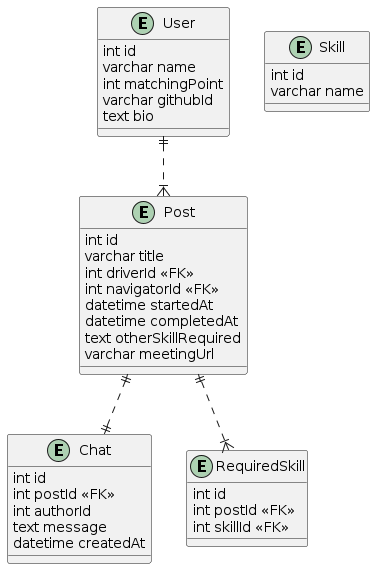
Earlier version of the PlantUML export docs/P2P-matching db.png (42supporters-hackason/pair-pro). The source it was exported from:
```plantuml
@startuml P2P-matching db

entity User {
  int id
  varchar name
  int matchingPoint
  varchar githubId
  text bio
}

entity Chat {
  int id
  int postId <<FK>>
  int authorId
  text message
  datetime createdAt
}

entity Post {
  int id
  varchar title
  int driverId <<FK>>
  int navigatorId <<FK>>
  datetime startedAt
  datetime completedAt
  text otherSkillRequired
  varchar meetingUrl
}

entity RequiredSkill {
  int id
  int postId <<FK>>
  int skillId <<FK>>
}

entity Skill {
  int id
  varchar name
}

User ||..|{ Post
Post ||..|{ RequiredSkill
Post ||..|| Chat

@enduml
```
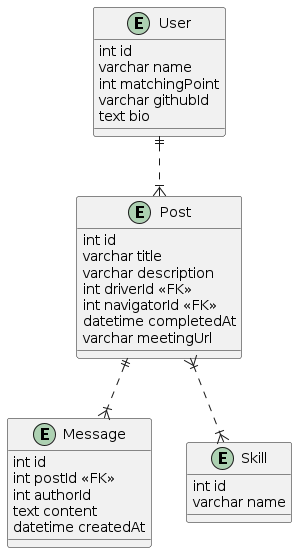
After the commit.

What changed in the source:
```diff
@@ -8,29 +8,22 @@
   text bio
 }
 
-entity Chat {
+entity Message {
   int id
   int postId <<FK>>
   int authorId
-  text message
+  text content
   datetime createdAt
 }
 
 entity Post {
   int id
   varchar title
+  varchar description
   int driverId <<FK>>
   int navigatorId <<FK>>
-  datetime startedAt
   datetime completedAt
-  text otherSkillRequired
   varchar meetingUrl
-}
-
-entity RequiredSkill {
-  int id
-  int postId <<FK>>
-  int skillId <<FK>>
 }
 
 entity Skill {
@@ -39,7 +32,7 @@
 }
 
 User ||..|{ Post
-Post ||..|{ RequiredSkill
-Post ||..|| Chat
+Post }|..|{ Skill
+Post ||..|{ Message
 
 @enduml
```
